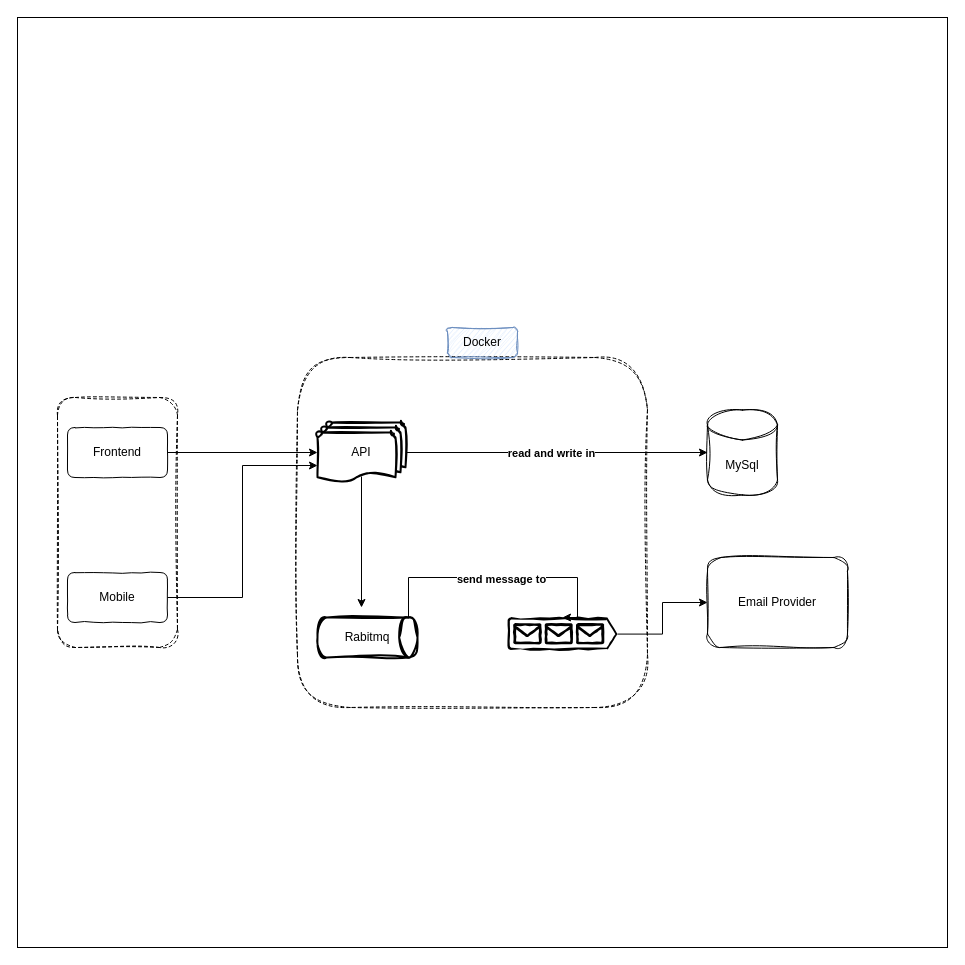
The draw.io diagram src/main/java/com/cantanhede/ds/zipzapshorter/doc/FlowDocumentation.drawio in MateusCantanhede/zipzapshorter, before the edit. Source tidied: cells renumbered, new cells numbered last; positions are measured from the earlier drawing's top-left corner, leaving out a move shared by most shapes. Both pictures are drawn from the tidied source at 100%, with x=0, y=0 at pixel (17, 17).
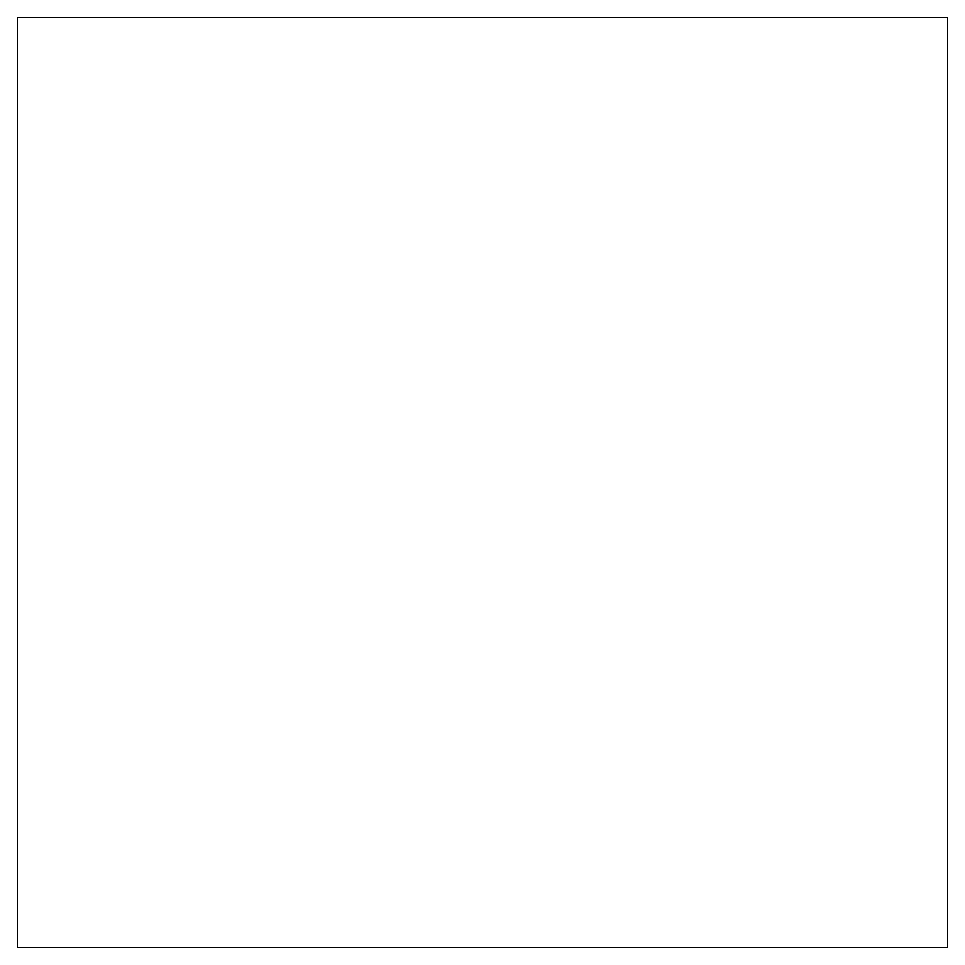
The same diagram, later.

What changed in the source:
```diff
@@
-    <mxCell id="3" style="rounded=1;whiteSpace=wrap;html=1;align=center;textShadow=0;labelBorderColor=none;sketch=1;curveFitting=1;jiggle=2;dashed=1;" parent="1" vertex="1">
-      <mxGeometry x="280" y="340" width="350" height="350" as="geometry" />
-    </mxCell>
-    <mxCell id="4" style="rounded=1;whiteSpace=wrap;html=1;textShadow=0;labelBorderColor=none;dashed=1;sketch=1;curveFitting=1;jiggle=2;" parent="1" vertex="1">
-      <mxGeometry x="40" y="380" width="120" height="250" as="geometry" />
-    </mxCell>
-    <mxCell id="5" style="edgeStyle=orthogonalEdgeStyle;rounded=0;jettySize=auto;html=1;exitX=1;exitY=0.5;exitDx=0;exitDy=0;orthogonal=0;noJump=0;enumerate=0;comic=0;flowAnimation=1;textShadow=0;labelBorderColor=none;" parent="1" edge="1" source="6" target="12">
-      <mxGeometry relative="1" as="geometry" />
-    </mxCell>
-    <mxCell id="6" value="Frontend" style="rounded=1;whiteSpace=wrap;html=1;textShadow=0;labelBorderColor=none;comic=1;jiggle=1;" parent="1" vertex="1">
-      <mxGeometry x="50" y="410" width="100" height="50" as="geometry" />
-    </mxCell>
-    <mxCell id="7" value="Mobile" style="rounded=1;whiteSpace=wrap;html=1;textShadow=0;labelBorderColor=none;comic=1;" parent="1" vertex="1">
-      <mxGeometry x="50" y="555" width="100" height="50" as="geometry" />
-    </mxCell>
-    <mxCell id="8" value="MySql" style="shape=cylinder3;whiteSpace=wrap;html=1;boundedLbl=1;backgroundOutline=1;size=15;textShadow=0;labelBorderColor=none;gradientColor=none;sketch=1;curveFitting=1;jiggle=2;enumerate=0;" parent="1" vertex="1">
-      <mxGeometry x="690" y="392.5" width="70" height="85" as="geometry" />
-    </mxCell>
-    <mxCell id="9" style="edgeStyle=orthogonalEdgeStyle;rounded=0;jettySize=auto;html=1;exitX=0.5;exitY=0.88;exitDx=0;exitDy=0;exitPerimeter=0;orthogonal=0;noJump=0;enumerate=0;comic=0;flowAnimation=1;textShadow=0;labelBorderColor=none;" parent="1" edge="1" source="12">
-      <mxGeometry relative="1" as="geometry">
-        <mxPoint x="344" y="590" as="targetPoint" />
-      </mxGeometry>
-    </mxCell>
-    <mxCell id="10" style="edgeStyle=orthogonalEdgeStyle;rounded=0;jettySize=auto;html=1;exitX=1;exitY=0.5;exitDx=0;exitDy=0;exitPerimeter=0;orthogonal=0;noJump=0;enumerate=0;comic=0;flowAnimation=1;textShadow=0;labelBorderColor=none;" parent="1" edge="1" source="12" target="8">
-      <mxGeometry relative="1" as="geometry" />
-    </mxCell>
-    <mxCell id="11" value="&lt;b&gt;read and write in&lt;/b&gt;" style="edgeLabel;html=1;align=center;verticalAlign=middle;textShadow=0;labelBorderColor=none;" parent="10" vertex="1">
-      <mxGeometry x="-0.04" relative="1" as="geometry" />
-    </mxCell>
-    <mxCell id="12" value="API" style="strokeWidth=2;html=1;shape=mxgraph.flowchart.multi-document;whiteSpace=wrap;textShadow=0;labelBorderColor=none;sketch=1;curveFitting=1;jiggle=2;enumerate=0;snapToPoint=0;" parent="1" vertex="1">
-      <mxGeometry x="300" y="405" width="88" height="60" as="geometry" />
-    </mxCell>
-    <mxCell id="13" value="Rabitmq" style="strokeWidth=2;html=1;shape=mxgraph.flowchart.direct_data;whiteSpace=wrap;textShadow=0;labelBorderColor=none;sketch=1;curveFitting=1;jiggle=2;shadow=0;" parent="1" vertex="1">
-      <mxGeometry x="300" y="600" width="100" height="40" as="geometry" />
-    </mxCell>
-    <mxCell id="14" style="edgeStyle=orthogonalEdgeStyle;rounded=0;jettySize=auto;html=1;exitX=1;exitY=0.51;exitDx=0;exitDy=0;exitPerimeter=0;entryX=0;entryY=0.5;entryDx=0;entryDy=0;flowAnimation=1;textShadow=0;labelBorderColor=none;" parent="1" edge="1" source="15" target="20">
-      <mxGeometry relative="1" as="geometry" />
-    </mxCell>
-    <mxCell id="15" style="verticalLabelPosition=bottom;html=1;verticalAlign=top;align=center;strokeColor=none;fillColor=#000000;shape=mxgraph.azure.queue_generic;textShadow=0;labelBorderColor=none;gradientColor=none;fillStyle=auto;noLabel=0;comic=1;" parent="1" vertex="1">
-      <mxGeometry x="490" y="600" width="110" height="32.5" as="geometry" />
-    </mxCell>
-    <mxCell id="16" value="Docker" style="rounded=1;whiteSpace=wrap;html=1;fillColor=#dae8fc;strokeColor=#6c8ebf;textShadow=0;labelBorderColor=none;comic=1;sketch=1;curveFitting=1;jiggle=2;shadow=0;glass=0;" parent="1" vertex="1">
-      <mxGeometry x="430" y="310" width="70" height="30" as="geometry" />
-    </mxCell>
-    <mxCell id="17" style="edgeStyle=orthogonalEdgeStyle;rounded=0;jettySize=auto;html=1;exitX=0.91;exitY=0;exitDx=0;exitDy=0;exitPerimeter=0;entryX=0.5;entryY=0;entryDx=0;entryDy=0;entryPerimeter=0;orthogonal=0;noJump=0;enumerate=0;comic=0;flowAnimation=1;textShadow=0;labelBorderColor=none;" parent="1" edge="1" source="13" target="15">
-      <mxGeometry relative="1" as="geometry">
-        <Array as="points">
-          <mxPoint x="391" y="560" />
-          <mxPoint x="560" y="560" />
-        </Array>
-      </mxGeometry>
-    </mxCell>
-    <mxCell id="18" value="&lt;b&gt;send message to&lt;/b&gt;" style="edgeLabel;html=1;align=center;verticalAlign=middle;textShadow=0;labelBorderColor=none;" parent="17" vertex="1">
-      <mxGeometry y="-1" relative="1" as="geometry" />
-    </mxCell>
-    <mxCell id="19" style="edgeStyle=orthogonalEdgeStyle;rounded=0;jettySize=auto;html=1;exitX=1;exitY=0.5;exitDx=0;exitDy=0;entryX=0;entryY=0.717;entryDx=0;entryDy=0;entryPerimeter=0;flowAnimation=1;textShadow=0;labelBorderColor=none;" parent="1" edge="1" source="7" target="12">
-      <mxGeometry relative="1" as="geometry" />
-    </mxCell>
-    <mxCell id="20" value="Email Provider" style="rounded=1;whiteSpace=wrap;html=1;textShadow=0;labelBorderColor=none;glass=0;sketch=1;curveFitting=1;jiggle=2;" parent="1" vertex="1">
-      <mxGeometry x="690" y="540" width="140" height="90" as="geometry" />
-    </mxCell>
```
